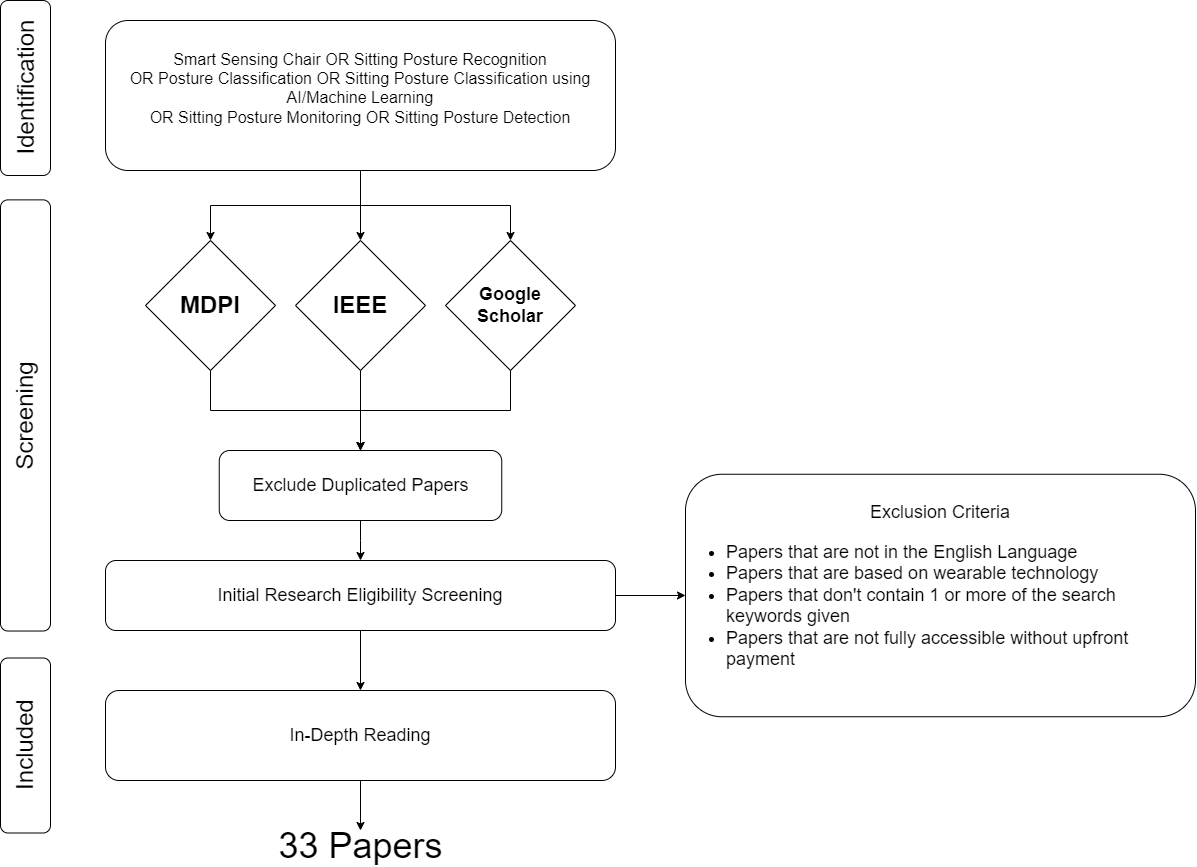
Above: Literature Review.png in Olatokumbo/Research (draw.io), before the change. Source tidied: cells renumbered, new cells last; positions are measured from the earlier drawing's top-left corner, leaving out a move shared by most shapes.
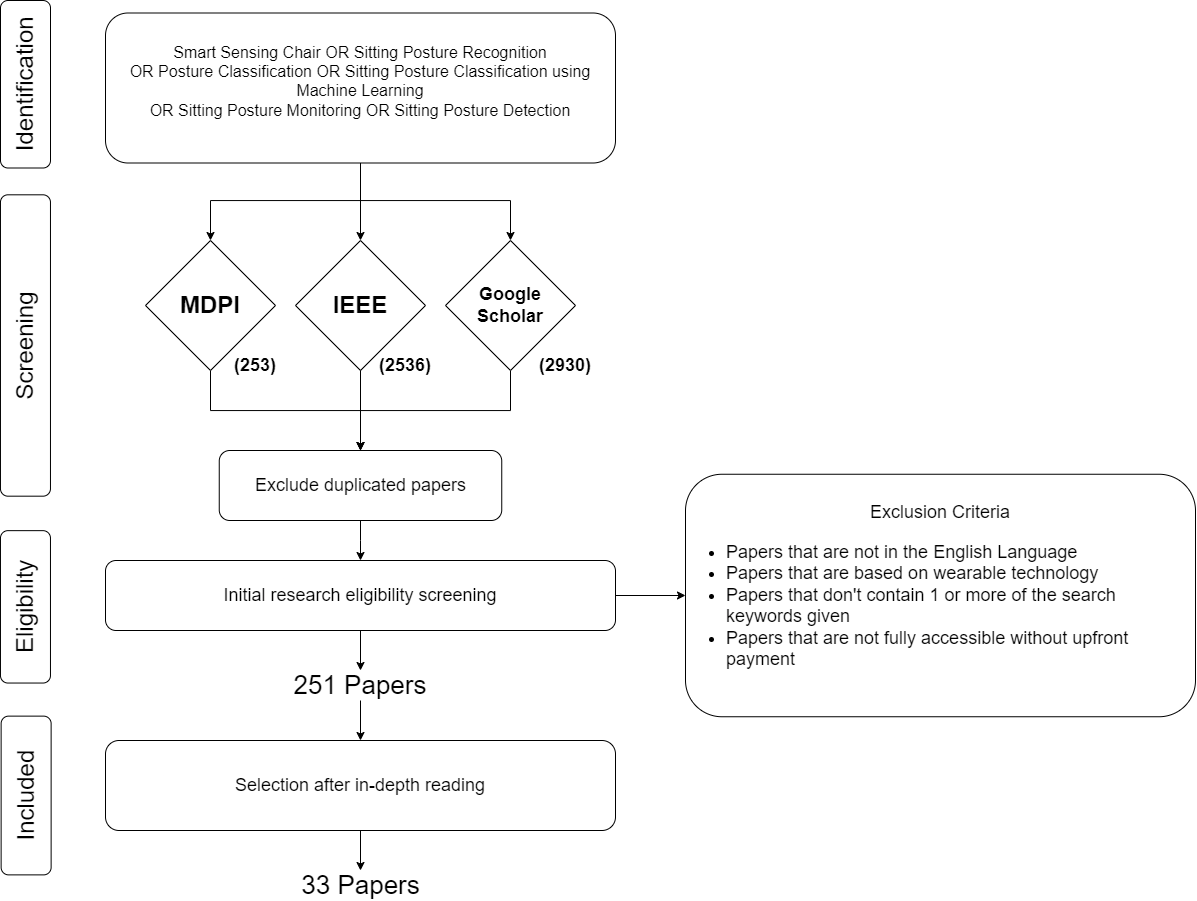
Later version of the same file.

Commit message:
add updated literature selection table

Diff of the diagram source:
```diff
@@ -3,19 +3,19 @@
     <mxCell id="0" />
     <mxCell id="1" parent="0" />
     <mxCell id="2" value="&lt;font style=&quot;font-size: 24px;&quot;&gt;Identification&lt;/font&gt;" style="rounded=1;whiteSpace=wrap;html=1;rotation=-90;" parent="1" vertex="1">
-      <mxGeometry x="128.5" y="42.5" width="175" height="50" as="geometry" />
+      <mxGeometry x="132.2" y="38.8" width="167.5" height="50" as="geometry" />
     </mxCell>
     <mxCell id="3" value="&lt;font style=&quot;font-size: 24px;&quot;&gt;Screening&lt;br&gt;&lt;/font&gt;" style="rounded=1;whiteSpace=wrap;html=1;rotation=-90;" parent="1" vertex="1">
-      <mxGeometry x="0.4" y="369.9" width="431.2" height="50" as="geometry" />
+      <mxGeometry x="65.3" y="300" width="301.4" height="50" as="geometry" />
     </mxCell>
     <mxCell id="4" value="&lt;font style=&quot;font-size: 24px;&quot;&gt;Included&lt;br&gt;&lt;/font&gt;" style="rounded=1;whiteSpace=wrap;html=1;rotation=-90;" parent="1" vertex="1">
-      <mxGeometry x="128.5" y="700" width="175" height="50" as="geometry" />
+      <mxGeometry x="137.2" y="750" width="158.8" height="50" as="geometry" />
     </mxCell>
     <mxCell id="5" style="edgeStyle=orthogonalEdgeStyle;rounded=0;jettySize=auto;html=1;entryX=0.5;entryY=0;entryDx=0;entryDy=0;" parent="1" edge="1" source="8" target="10">
       <mxGeometry relative="1" as="geometry">
         <Array as="points">
-          <mxPoint x="551" y="185" />
-          <mxPoint x="401" y="185" />
+          <mxPoint x="551" y="180" />
+          <mxPoint x="401" y="180" />
         </Array>
       </mxGeometry>
     </mxCell>
@@ -23,10 +23,15 @@
       <mxGeometry relative="1" as="geometry" />
     </mxCell>
     <mxCell id="7" style="edgeStyle=orthogonalEdgeStyle;rounded=0;jettySize=auto;html=1;" parent="1" edge="1" source="8" target="14">
-      <mxGeometry relative="1" as="geometry" />
+      <mxGeometry relative="1" as="geometry">
+        <Array as="points">
+          <mxPoint x="551" y="180" />
+          <mxPoint x="701" y="180" />
+        </Array>
+      </mxGeometry>
     </mxCell>
-    <mxCell id="8" value="&lt;div&gt;&lt;font style=&quot;font-size: 16px;&quot;&gt;Smart Sensing Chair&lt;span style=&quot;background-color: initial;&quot;&gt;&lt;span style=&quot;white-space: pre;&quot;&gt;&amp;nbsp;OR &lt;/span&gt;&lt;/span&gt;&lt;span style=&quot;background-color: initial;&quot;&gt;Sitting Posture Recognition&lt;/span&gt;&lt;/font&gt;&lt;/div&gt;&lt;div&gt;&lt;font size=&quot;3&quot;&gt;OR Posture Classification OR&amp;nbsp;&lt;span style=&quot;background-color: initial;&quot;&gt;Sitting Posture Classification using AI/Machine Learning&lt;/span&gt;&lt;/font&gt;&lt;/div&gt;&lt;div&gt;&lt;font size=&quot;3&quot;&gt;OR Sitting Posture Monitoring OR &lt;span style=&quot;background-color: initial;&quot;&gt;Sitting Posture Detection&lt;/span&gt;&lt;/font&gt;&lt;/div&gt;&lt;div&gt;&lt;br&gt;&lt;/div&gt;" style="rounded=1;whiteSpace=wrap;html=1;" parent="1" vertex="1">
-      <mxGeometry x="296" width="510" height="150" as="geometry" />
+    <mxCell id="8" value="&lt;div&gt;&lt;font style=&quot;font-size: 16px;&quot;&gt;Smart Sensing Chair&lt;span style=&quot;background-color: initial;&quot;&gt;&lt;span style=&quot;white-space: pre;&quot;&gt;&amp;nbsp;OR &lt;/span&gt;&lt;/span&gt;&lt;span style=&quot;background-color: initial;&quot;&gt;Sitting Posture Recognition&lt;/span&gt;&lt;/font&gt;&lt;/div&gt;&lt;div&gt;&lt;font size=&quot;3&quot;&gt;OR Posture Classification OR&amp;nbsp;&lt;span style=&quot;background-color: initial;&quot;&gt;Sitting Posture Classification using Machine Learning&lt;/span&gt;&lt;/font&gt;&lt;/div&gt;&lt;div&gt;&lt;font size=&quot;3&quot;&gt;OR Sitting Posture Monitoring OR &lt;span style=&quot;background-color: initial;&quot;&gt;Sitting Posture Detection&lt;/span&gt;&lt;/font&gt;&lt;/div&gt;&lt;div&gt;&lt;br&gt;&lt;/div&gt;" style="rounded=1;whiteSpace=wrap;html=1;" parent="1" vertex="1">
+      <mxGeometry x="296" y="-7.5" width="510" height="150" as="geometry" />
     </mxCell>
     <mxCell id="9" style="edgeStyle=orthogonalEdgeStyle;rounded=0;jettySize=auto;html=1;entryX=0.5;entryY=0;entryDx=0;entryDy=0;" parent="1" edge="1" source="10" target="16">
       <mxGeometry relative="1" as="geometry">
@@ -59,29 +64,47 @@
     <mxCell id="15" style="edgeStyle=orthogonalEdgeStyle;rounded=0;jettySize=auto;html=1;entryX=0.5;entryY=0;entryDx=0;entryDy=0;" parent="1" edge="1" source="16" target="21">
       <mxGeometry relative="1" as="geometry" />
     </mxCell>
-    <mxCell id="16" value="&lt;font style=&quot;font-size: 18px;&quot;&gt;Exclude Duplicated Papers&lt;/font&gt;" style="rounded=1;whiteSpace=wrap;html=1;" parent="1" vertex="1">
+    <mxCell id="16" value="&lt;font style=&quot;font-size: 18px;&quot;&gt;Exclude duplicated papers&lt;/font&gt;" style="rounded=1;whiteSpace=wrap;html=1;" parent="1" vertex="1">
       <mxGeometry x="409.8" y="430" width="282.5" height="70" as="geometry" />
     </mxCell>
     <mxCell id="17" style="edgeStyle=orthogonalEdgeStyle;rounded=0;jettySize=auto;html=1;entryX=0.5;entryY=0;entryDx=0;entryDy=0;" parent="1" edge="1" source="18" target="23">
       <mxGeometry relative="1" as="geometry" />
     </mxCell>
-    <mxCell id="18" value="&lt;font style=&quot;font-size: 18px;&quot;&gt;In-Depth Reading&lt;/font&gt;" style="rounded=1;whiteSpace=wrap;html=1;" parent="1" vertex="1">
-      <mxGeometry x="296" y="670" width="510" height="90" as="geometry" />
+    <mxCell id="18" value="&lt;font style=&quot;font-size: 18px;&quot;&gt;Selection after in-depth reading&lt;/font&gt;" style="rounded=1;whiteSpace=wrap;html=1;" parent="1" vertex="1">
+      <mxGeometry x="296" y="720" width="510" height="90" as="geometry" />
     </mxCell>
     <mxCell id="19" style="edgeStyle=orthogonalEdgeStyle;rounded=0;jettySize=auto;html=1;exitX=1;exitY=0.5;exitDx=0;exitDy=0;entryX=0;entryY=0.5;entryDx=0;entryDy=0;" parent="1" edge="1" source="21" target="22">
       <mxGeometry relative="1" as="geometry" />
     </mxCell>
-    <mxCell id="20" style="edgeStyle=orthogonalEdgeStyle;rounded=0;jettySize=auto;html=1;exitX=0.5;exitY=1;exitDx=0;exitDy=0;entryX=0.5;entryY=0;entryDx=0;entryDy=0;" parent="1" edge="1" source="21" target="18">
-      <mxGeometry relative="1" as="geometry" />
-    </mxCell>
+    <mxCell id="24" style="edgeStyle=orthogonalEdgeStyle;rounded=0;jettySize=auto;html=1;exitX=0.5;exitY=1;exitDx=0;exitDy=0;entryX=0.5;entryY=0;entryDx=0;entryDy=0;" parent="1" edge="1" source="21" target="29">
+      <mxGeometry relative="1" as="geometry" />
+    </mxCell>
-    <mxCell id="21" value="&lt;font style=&quot;font-size: 18px;&quot;&gt;Initial Research Eligibility Screening&lt;/font&gt;" style="rounded=1;whiteSpace=wrap;html=1;" parent="1" vertex="1">
+    <mxCell id="21" value="&lt;font style=&quot;font-size: 18px;&quot;&gt;Initial research eligibility screening&lt;/font&gt;" style="rounded=1;whiteSpace=wrap;html=1;" parent="1" vertex="1">
       <mxGeometry x="296" y="540" width="510" height="70" as="geometry" />
     </mxCell>
-    <mxCell id="22" value="&lt;font style=&quot;font-size: 18px;&quot;&gt;Exclusion Criteria&lt;br&gt;&lt;ul&gt;&lt;li style=&quot;text-align: left;&quot;&gt;&lt;font style=&quot;font-size: 18px;&quot;&gt;&lt;span style=&quot;background-color: initial;&quot;&gt;Papers that are not in the English Language&lt;br&gt;&lt;/span&gt;&lt;/font&gt;&lt;/li&gt;&lt;li style=&quot;text-align: left;&quot;&gt;&lt;font style=&quot;font-size: 18px;&quot;&gt;&lt;span style=&quot;background-color: initial;&quot;&gt;Papers that are based on wearable technology&lt;/span&gt;&lt;/font&gt;&lt;/li&gt;&lt;li style=&quot;text-align: left;&quot;&gt;&lt;font style=&quot;font-size: 18px;&quot;&gt;&lt;span style=&quot;background-color: initial;&quot;&gt;Papers that don't contain 1 or more of the search keywords given&lt;/span&gt;&lt;/font&gt;&amp;nbsp;&lt;/li&gt;&lt;li style=&quot;text-align: left;&quot;&gt;&lt;font style=&quot;font-size: 18px;&quot;&gt;&lt;span style=&quot;background-color: initial;&quot;&gt;Papers that are not fully accessible without upfront payment&lt;/span&gt;&lt;/font&gt;&lt;/li&gt;&lt;/ul&gt;&lt;/font&gt;" style="rounded=1;whiteSpace=wrap;html=1;align=center;" parent="1" vertex="1">
+    <mxCell id="22" value="&lt;font style=&quot;font-size: 18px;&quot;&gt;Exclusion Criteria&lt;br&gt;&lt;ul&gt;&lt;li style=&quot;text-align: left;&quot;&gt;&lt;font style=&quot;font-size: 18px;&quot;&gt;&lt;span style=&quot;background-color: initial;&quot;&gt;Papers that are not in the English Language&lt;br&gt;&lt;/span&gt;&lt;/font&gt;&lt;/li&gt;&lt;li style=&quot;text-align: left;&quot;&gt;&lt;font style=&quot;font-size: 18px;&quot;&gt;&lt;span style=&quot;background-color: initial;&quot;&gt;Papers that are based on wearable technology&lt;/span&gt;&lt;/font&gt;&lt;/li&gt;&lt;li style=&quot;text-align: left;&quot;&gt;&lt;font style=&quot;font-size: 18px;&quot;&gt;&lt;span style=&quot;background-color: initial;&quot;&gt;Papers that don't contain 1 or more of the search keywords given&lt;/span&gt;&lt;/font&gt;&lt;/li&gt;&lt;li style=&quot;text-align: left;&quot;&gt;&lt;font style=&quot;font-size: 18px;&quot;&gt;&lt;span style=&quot;background-color: initial;&quot;&gt;Papers that are not fully accessible without upfront payment&lt;/span&gt;&lt;/font&gt;&lt;/li&gt;&lt;/ul&gt;&lt;/font&gt;" style="rounded=1;whiteSpace=wrap;html=1;align=center;" parent="1" vertex="1">
       <mxGeometry x="876" y="453.8" width="510" height="242.5" as="geometry" />
     </mxCell>
-    <mxCell id="23" value="&lt;font style=&quot;font-size: 36px;&quot;&gt;33 Papers&lt;/font&gt;" style="text;html=1;strokeColor=none;fillColor=none;align=center;verticalAlign=middle;whiteSpace=wrap;rounded=0;" parent="1" vertex="1">
-      <mxGeometry x="453.5" y="810" width="195" height="30" as="geometry" />
+    <mxCell id="23" value="&lt;font style=&quot;font-size: 26px;&quot;&gt;33 Papers&lt;/font&gt;" style="text;html=1;strokeColor=none;fillColor=none;align=center;verticalAlign=middle;whiteSpace=wrap;rounded=0;" parent="1" vertex="1">
+      <mxGeometry x="453.5" y="850" width="195" height="30" as="geometry" />
     </mxCell>
+    <mxCell id="25" value="&lt;font size=&quot;1&quot; style=&quot;&quot;&gt;&lt;b style=&quot;font-size: 18px;&quot;&gt;(253)&lt;/b&gt;&lt;/font&gt;" style="text;html=1;strokeColor=none;fillColor=none;align=center;verticalAlign=middle;whiteSpace=wrap;rounded=0;" parent="1" vertex="1">
+      <mxGeometry x="416" y="330" width="60" height="30" as="geometry" />
+    </mxCell>
+    <mxCell id="26" value="&lt;font size=&quot;1&quot; style=&quot;&quot;&gt;&lt;b style=&quot;font-size: 18px;&quot;&gt;(2536)&lt;/b&gt;&lt;/font&gt;" style="text;html=1;strokeColor=none;fillColor=none;align=center;verticalAlign=middle;whiteSpace=wrap;rounded=0;" parent="1" vertex="1">
+      <mxGeometry x="566" y="330" width="60" height="30" as="geometry" />
+    </mxCell>
+    <mxCell id="27" value="&lt;font size=&quot;1&quot; style=&quot;&quot;&gt;&lt;b style=&quot;font-size: 18px;&quot;&gt;(2930)&lt;/b&gt;&lt;/font&gt;" style="text;html=1;strokeColor=none;fillColor=none;align=center;verticalAlign=middle;whiteSpace=wrap;rounded=0;" parent="1" vertex="1">
+      <mxGeometry x="726" y="330" width="60" height="30" as="geometry" />
+    </mxCell>
+    <mxCell id="28" style="edgeStyle=orthogonalEdgeStyle;rounded=0;jettySize=auto;html=1;exitX=0.5;exitY=1;exitDx=0;exitDy=0;entryX=0.5;entryY=0;entryDx=0;entryDy=0;" parent="1" edge="1" source="29" target="18">
+      <mxGeometry relative="1" as="geometry" />
+    </mxCell>
+    <mxCell id="29" value="&lt;font style=&quot;font-size: 26px;&quot;&gt;251 Papers&lt;/font&gt;" style="text;html=1;strokeColor=none;fillColor=none;align=center;verticalAlign=middle;whiteSpace=wrap;rounded=0;" parent="1" vertex="1">
+      <mxGeometry x="476" y="650" width="150" height="30" as="geometry" />
+    </mxCell>
+    <mxCell id="30" value="&lt;font style=&quot;font-size: 24px;&quot;&gt;Eligibility&lt;br&gt;&lt;/font&gt;" style="rounded=1;whiteSpace=wrap;html=1;rotation=-90;" parent="1" vertex="1">
+      <mxGeometry x="139.8" y="561.4" width="152.4" height="50" as="geometry" />
+    </mxCell>
   </root>
 </mxGraphModel>
```
